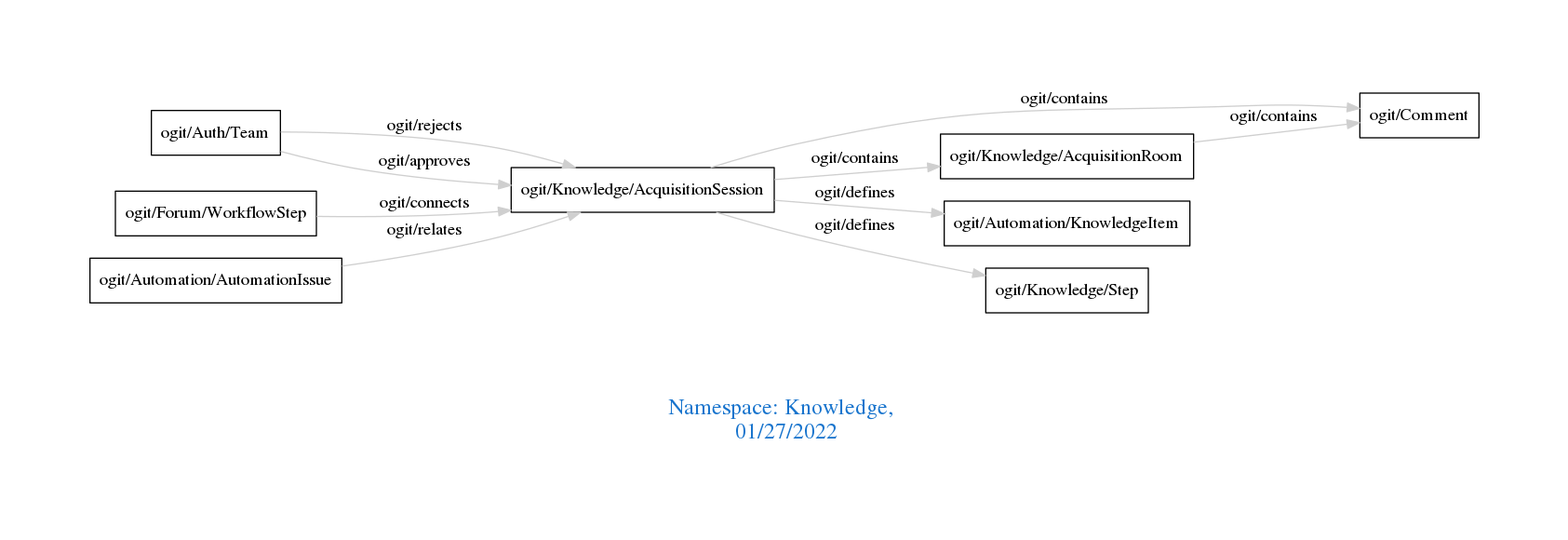
Above: downloads/Knowledge.png in arago/OGIT (Graphviz), before the change. Its source is kept beside it as downloads/Knowledge.dot.
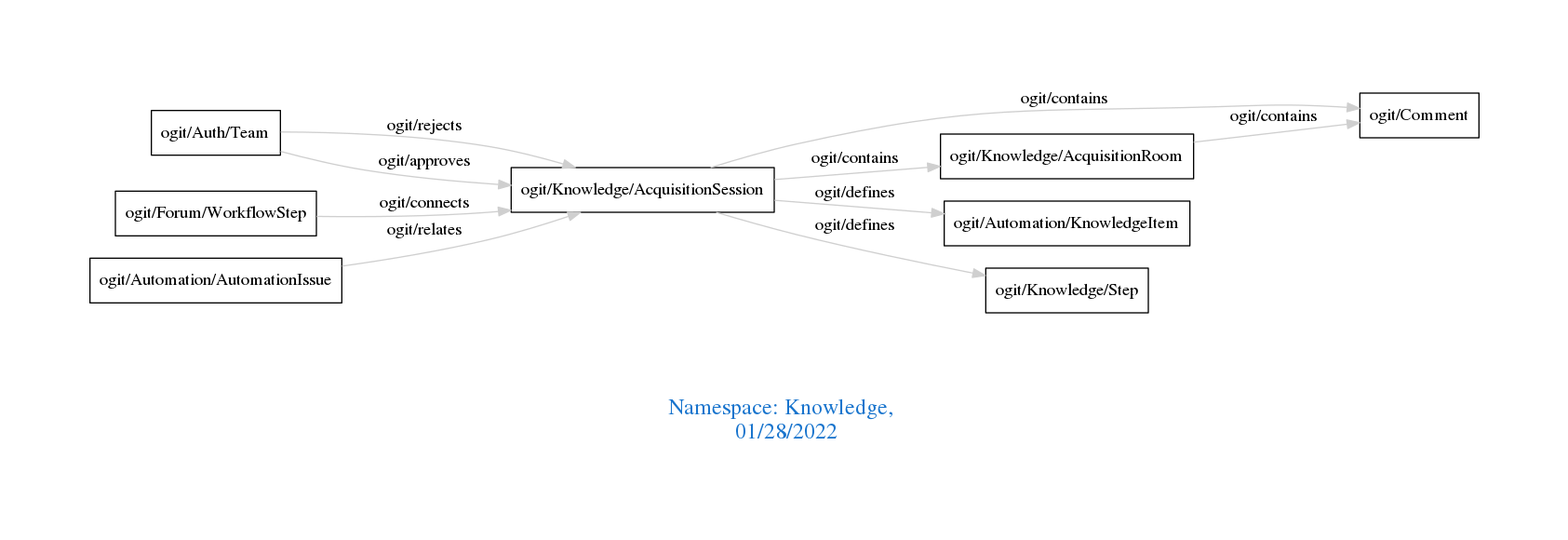
Later version of the same file.

The edit, as a diff of the source:
```diff
@@ -1,13 +1,13 @@
 digraph OGIT_ontology {
  graph [ rankdir= LR,pad=1
 fontsize = 18,
-fontcolor= dodgerblue3,label = "\n\n\nNamespace: Knowledge, \n 01/27/2022"];
+fontcolor= dodgerblue3,label = "\n\n\nNamespace: Knowledge, \n 01/28/2022"];
 node[shape=polygon];
 edge [  color="gray81"];
 
+   "ogit/Knowledge/AcquisitionRoom" -> "ogit/Comment" [label="   ogit/contains    "];
    "ogit/Knowledge/AcquisitionSession" -> "ogit/Comment" [label="   ogit/contains    "];
    "ogit/Knowledge/AcquisitionSession" -> "ogit/Knowledge/AcquisitionRoom" [label="   ogit/contains    "];
-   "ogit/Knowledge/AcquisitionRoom" -> "ogit/Comment" [label="   ogit/contains    "];
    "ogit/Knowledge/AcquisitionSession" -> "ogit/Automation/KnowledgeItem" [label="   ogit/defines    "];
    "ogit/Knowledge/AcquisitionSession" -> "ogit/Knowledge/Step" [label="   ogit/defines    "];
    "ogit/Auth/Team" -> "ogit/Knowledge/AcquisitionSession" [label="   ogit/rejects    "];
```
